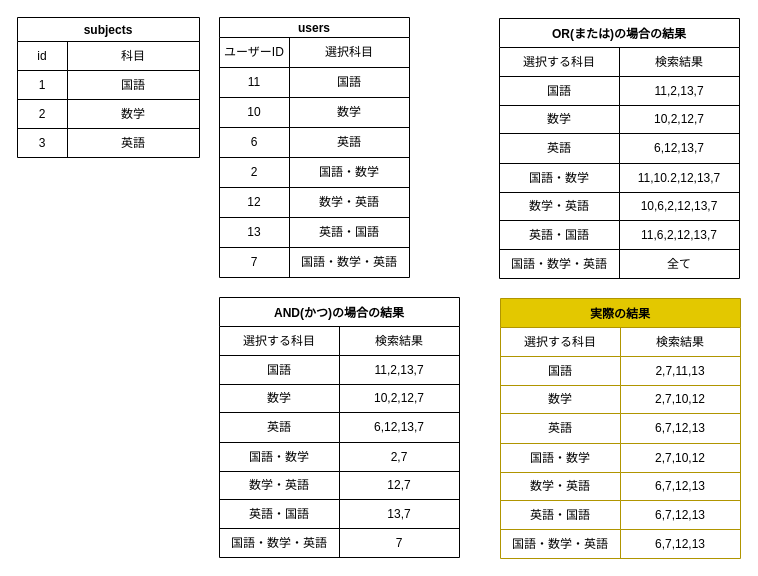
Before: page "検索機能実装" (4 of 4) of compass.dio in I-Kouta/compass, a draw.io diagram. Source tidied: cells renumbered, new cells numbered last; positions are measured from the earlier drawing's top-left corner, leaving out a move shared by most shapes. Both pictures are drawn from the tidied source at 100%, with x=0, y=0 at pixel (17, 17).
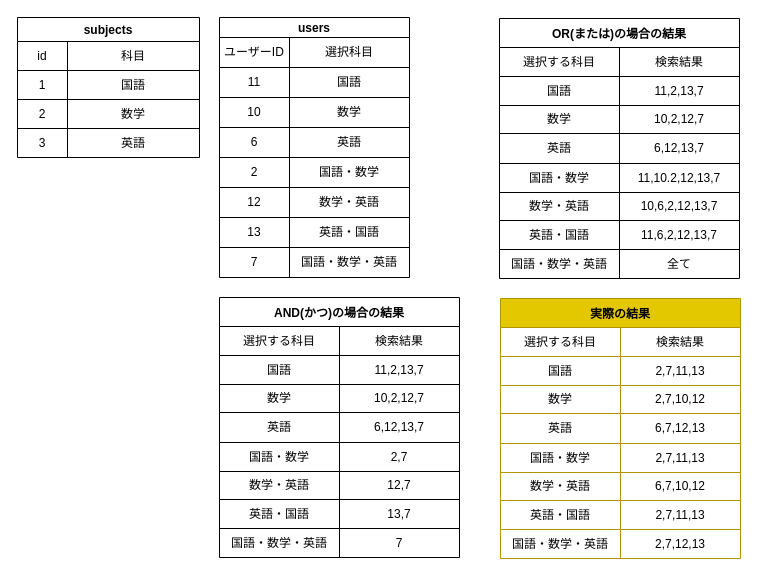
Above is the later version.

Commit message (it also covers changes not shown here):
コントローラーに送られる値が変わりました

The change refers to these unchanged cells:
```xml
<mxCell id="103" style="shape=partialRectangle;html=1;whiteSpace=wrap;fillColor=none;top=0;left=0;bottom=0;right=0;" parent="90" vertex="1">
  <mxGeometry y="145" width="240" height="29" as="geometry" />
</mxCell>
<mxCell id="106" style="shape=partialRectangle;html=1;whiteSpace=wrap;fillColor=none;top=0;left=0;bottom=0;right=0;" parent="90" vertex="1">
  <mxGeometry y="174" width="240" height="28" as="geometry" />
</mxCell>
<mxCell id="109" style="shape=partialRectangle;html=1;whiteSpace=wrap;fillColor=none;top=0;left=0;bottom=0;right=0;" parent="90" vertex="1">
  <mxGeometry y="202" width="240" height="29" as="geometry" />
</mxCell>
<mxCell id="112" style="shape=partialRectangle;html=1;whiteSpace=wrap;fillColor=none;top=0;left=0;bottom=0;right=0;" parent="90" vertex="1">
  <mxGeometry y="231" width="240" height="29" as="geometry" />
</mxCell>
```

The edit, as a diff of the source:
```diff
@@
-    <mxCell id="105" value="2,7,10,12" style="shape=partialRectangle;html=1;whiteSpace=wrap;fillColor=none;top=0;left=0;bottom=0;right=0;overflow=hidden;" parent="103" vertex="1">
+    <mxCell id="105" value="2,7,11,13" style="shape=partialRectangle;html=1;whiteSpace=wrap;fillColor=none;top=0;left=0;bottom=0;right=0;overflow=hidden;" parent="103" vertex="1">
       <mxGeometry x="120" width="120" height="29" as="geometry" />
     </mxCell>
@@
-    <mxCell id="108" value="6,7,12,13" style="shape=partialRectangle;html=1;whiteSpace=wrap;fillColor=none;top=0;left=0;bottom=0;right=0;overflow=hidden;" parent="106" vertex="1">
+    <mxCell id="108" value="6,7,10,12" style="shape=partialRectangle;html=1;whiteSpace=wrap;fillColor=none;top=0;left=0;bottom=0;right=0;overflow=hidden;" parent="106" vertex="1">
       <mxGeometry x="120" width="120" height="28" as="geometry" />
     </mxCell>
@@
-    <mxCell id="111" value="6,7,12,13" style="shape=partialRectangle;html=1;whiteSpace=wrap;fillColor=none;top=0;left=0;bottom=0;right=0;overflow=hidden;" parent="109" vertex="1">
+    <mxCell id="111" value="2,7,11,13" style="shape=partialRectangle;html=1;whiteSpace=wrap;fillColor=none;top=0;left=0;bottom=0;right=0;overflow=hidden;" parent="109" vertex="1">
       <mxGeometry x="120" width="120" height="29" as="geometry" />
     </mxCell>
@@
-    <mxCell id="114" value="6,7,12,13" style="shape=partialRectangle;html=1;whiteSpace=wrap;fillColor=none;top=0;left=0;bottom=0;right=0;overflow=hidden;" parent="112" vertex="1">
+    <mxCell id="114" value="2,7,12,13" style="shape=partialRectangle;html=1;whiteSpace=wrap;fillColor=none;top=0;left=0;bottom=0;right=0;overflow=hidden;" parent="112" vertex="1">
       <mxGeometry x="120" width="120" height="29" as="geometry" />
     </mxCell>
```
